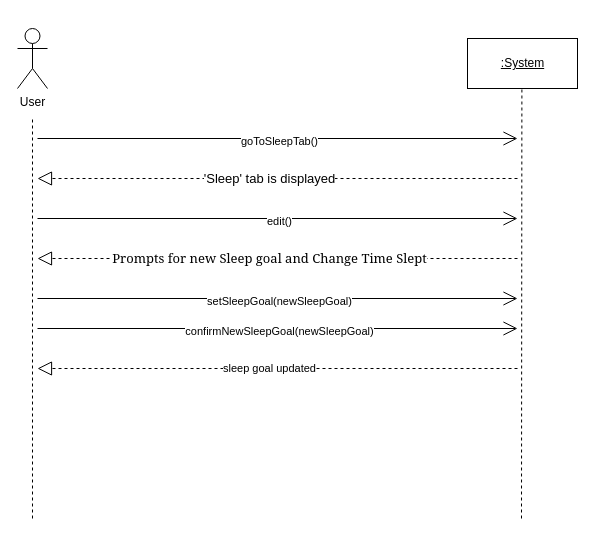
Before: SSD - Edit Sleep Goal.drawio in Esaied19/Team-Albatross, a draw.io diagram. Source tidied: cells renumbered, new cells numbered last; positions are measured from the earlier drawing's top-left corner, leaving out a move shared by most shapes. Both pictures are drawn from the tidied source at 100%, with x=0, y=0 at pixel (17, 28).
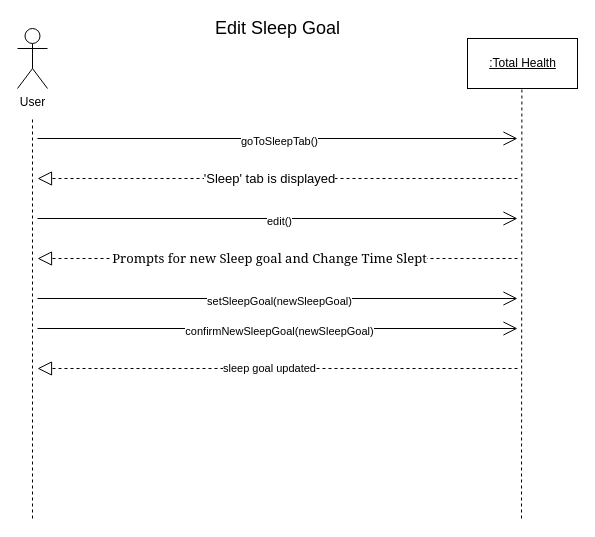
The same diagram, later.

Diff of the diagram source:
```diff
@@
-    <mxCell id="3" value="&lt;u&gt;:System&lt;/u&gt;" style="html=1;" parent="1" vertex="1">
+    <mxCell id="3" value="&lt;u&gt;:Total Health&lt;/u&gt;" style="html=1;" parent="1" vertex="1">
       <mxGeometry x="450" y="10" width="110" height="50" as="geometry" />
     </mxCell>
@@
+    <mxCell id="20" value="&lt;font style=&quot;font-size: 18px&quot;&gt;Edit Sleep Goal&lt;/font&gt;" style="text;html=1;align=center;verticalAlign=middle;fillColor=none;strokeColor=none;rounded=0;" parent="1" vertex="1">
+      <mxGeometry x="190" y="-10" width="140" height="20" as="geometry" />
+    </mxCell>
```
